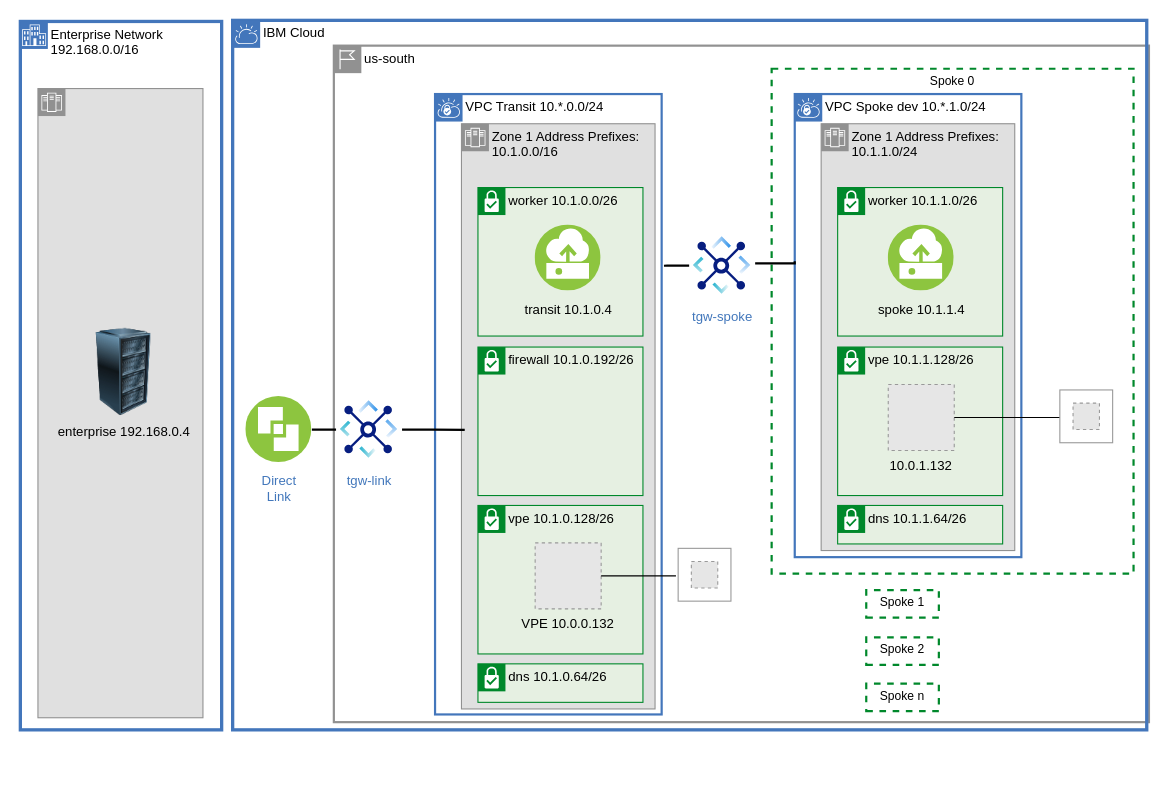
Above: page "vpc-layout" (3 of 15) of diagrams/vpc-transit.drawio in ibm-cloud-docs/solution-tutorials (draw.io), before the change. Source tidied: cells renumbered, new cells numbered last; positions are measured from the earlier drawing's top-left corner, leaving out a move shared by most shapes. Both pictures are drawn from the tidied source at 110%, with x=0, y=0 at pixel (20, 20). Pictures stored in the file or linked from it are replaced by grey dashed boxes.
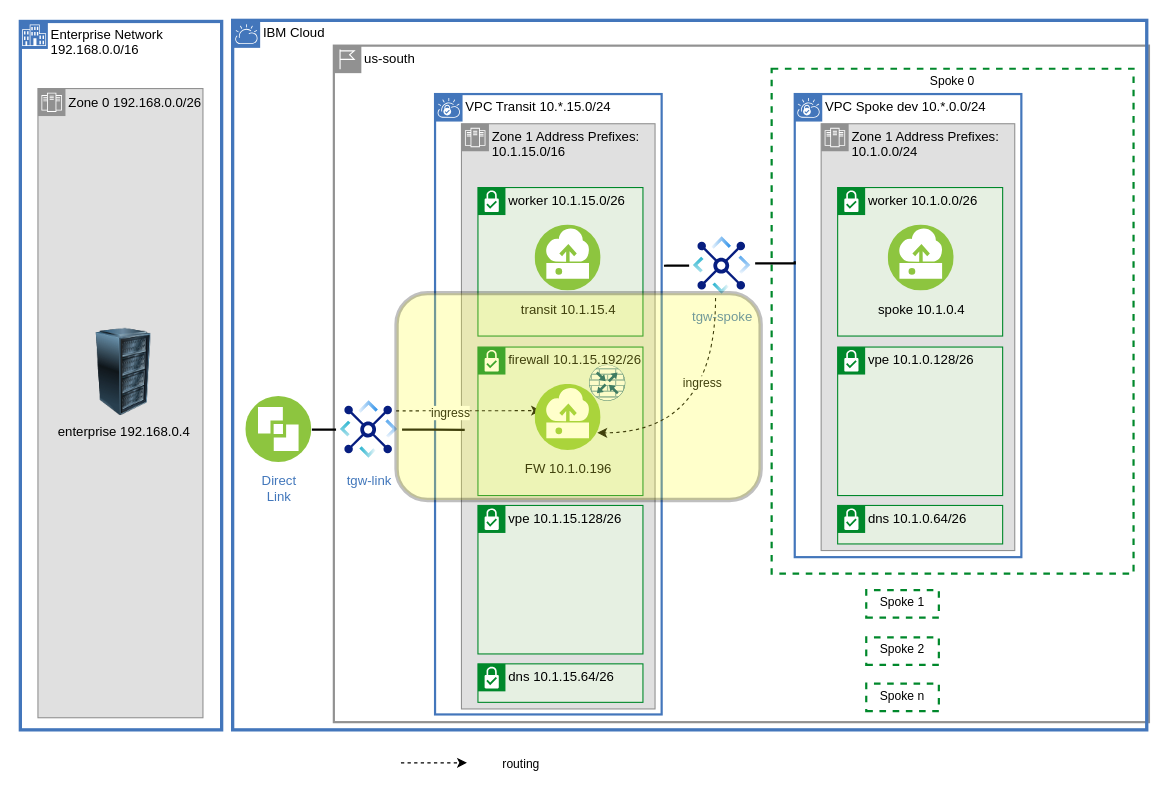
The same diagram, later.

The change refers to these unchanged cells:
```xml
<mxCell id="24" value="tgw-spoke" style="perimeter=ellipsePerimeter;html=1;align=center;shadow=0;dashed=0;fontColor=#4277BB;labelBackgroundColor=#ffffff;fontSize=12;spacingTop=3;image;image=img/lib/ibm/vpc/TransitGateway.svg;labelPadding=0;backgroundOutline=0;" parent="23" vertex="1">
  <mxGeometry x="608" y="193" width="60" height="60" as="geometry" />
</mxCell>
<mxCell id="31" value="tgw-link" style="perimeter=ellipsePerimeter;html=1;align=center;shadow=0;dashed=0;fontColor=#4277BB;labelBackgroundColor=#ffffff;fontSize=12;spacingTop=3;image;image=img/lib/ibm/vpc/TransitGateway.svg;" parent="30" vertex="1">
  <mxGeometry x="287" y="342" width="60" height="60" as="geometry" />
</mxCell>
```

What changed in the source:
```diff
@@
-    <mxCell id="5" value="&lt;span style=&quot;font-weight: normal&quot;&gt;VPC Spoke dev 10.*.1.0/24&lt;/span&gt;" style="shape=mxgraph.ibm.box;prType=vpc;fontStyle=1;verticalAlign=top;align=left;spacingLeft=32;spacingTop=4;fillColor=none;rounded=0;whiteSpace=wrap;html=1;strokeColor=#4376BB;strokeWidth=2;dashed=0;spacing=-4;" parent="1" vertex="1">
+    <mxCell id="5" value="&lt;span style=&quot;font-weight: normal&quot;&gt;VPC Spoke dev 10.*.0.0/24&lt;/span&gt;" style="shape=mxgraph.ibm.box;prType=vpc;fontStyle=1;verticalAlign=top;align=left;spacingLeft=32;spacingTop=4;fillColor=none;rounded=0;whiteSpace=wrap;html=1;strokeColor=#4376BB;strokeWidth=2;dashed=0;spacing=-4;" parent="1" vertex="1">
       <mxGeometry x="704" y="67" width="206" height="421" as="geometry" />
     </mxCell>
-    <mxCell id="6" value="Zone 1 Address Prefixes:&amp;nbsp; 10.1.1.0/24" style="shape=mxgraph.ibm.box;prType=zone;fontStyle=0;verticalAlign=top;align=left;spacingLeft=32;spacingTop=4;fillColor=#E0E0E0;rounded=0;whiteSpace=wrap;html=1;strokeColor=#919191;strokeWidth=1;dashed=0;spacing=-4;" parent="1" vertex="1">
+    <mxCell id="6" value="Zone 1 Address Prefixes:&amp;nbsp; 10.1.0.0/24" style="shape=mxgraph.ibm.box;prType=zone;fontStyle=0;verticalAlign=top;align=left;spacingLeft=32;spacingTop=4;fillColor=#E0E0E0;rounded=0;whiteSpace=wrap;html=1;strokeColor=#919191;strokeWidth=1;dashed=0;spacing=-4;" parent="1" vertex="1">
       <mxGeometry x="728" y="94" width="176" height="388" as="geometry" />
     </mxCell>
-    <mxCell id="7" value="vpe&amp;nbsp;10.1.1.128/26" style="shape=mxgraph.ibm.box;prType=subnet;fontStyle=0;verticalAlign=top;align=left;spacingLeft=32;spacingTop=4;fillColor=#E6F0E2;rounded=0;whiteSpace=wrap;html=1;strokeColor=#00882B;strokeWidth=1;dashed=0;spacing=-4;" parent="1" vertex="1">
+    <mxCell id="7" value="vpe&amp;nbsp;10.1.0.128/26" style="shape=mxgraph.ibm.box;prType=subnet;fontStyle=0;verticalAlign=top;align=left;spacingLeft=32;spacingTop=4;fillColor=#E6F0E2;rounded=0;whiteSpace=wrap;html=1;strokeColor=#00882B;strokeWidth=1;dashed=0;spacing=-4;" parent="1" vertex="1">
       <mxGeometry x="743" y="297" width="150" height="135" as="geometry" />
     </mxCell>
-    <mxCell id="8" value="VPC Transit 10.*.0.0/24" style="shape=mxgraph.ibm.box;prType=vpc;fontStyle=0;verticalAlign=top;align=left;spacingLeft=32;spacingTop=4;fillColor=none;rounded=0;whiteSpace=wrap;html=1;strokeColor=#4376BB;strokeWidth=2;dashed=0;spacing=-4;" parent="1" vertex="1">
+    <mxCell id="8" value="VPC Transit 10.*.15.0/24" style="shape=mxgraph.ibm.box;prType=vpc;fontStyle=0;verticalAlign=top;align=left;spacingLeft=32;spacingTop=4;fillColor=none;rounded=0;whiteSpace=wrap;html=1;strokeColor=#4376BB;strokeWidth=2;dashed=0;spacing=-4;" parent="1" vertex="1">
       <mxGeometry x="377" y="67" width="206" height="564" as="geometry" />
     </mxCell>
-    <mxCell id="9" value="Zone 1 Address Prefixes:&amp;nbsp; 10.1.0.0/16" style="shape=mxgraph.ibm.box;prType=zone;fontStyle=0;verticalAlign=top;align=left;spacingLeft=32;spacingTop=4;fillColor=#E0E0E0;rounded=0;whiteSpace=wrap;html=1;strokeColor=#919191;strokeWidth=1;dashed=0;spacing=-4;" parent="1" vertex="1">
+    <mxCell id="9" value="Zone 1 Address Prefixes:&amp;nbsp; 10.1.15.0/16" style="shape=mxgraph.ibm.box;prType=zone;fontStyle=0;verticalAlign=top;align=left;spacingLeft=32;spacingTop=4;fillColor=#E0E0E0;rounded=0;whiteSpace=wrap;html=1;strokeColor=#919191;strokeWidth=1;dashed=0;spacing=-4;" parent="1" vertex="1">
       <mxGeometry x="401" y="94" width="176" height="532" as="geometry" />
     </mxCell>
-    <mxCell id="10" value="vpe&amp;nbsp;10.1.0.128/26" style="shape=mxgraph.ibm.box;prType=subnet;fontStyle=0;verticalAlign=top;align=left;spacingLeft=32;spacingTop=4;fillColor=#E6F0E2;rounded=0;whiteSpace=wrap;html=1;strokeColor=#00882B;strokeWidth=1;dashed=0;spacing=-4;flipV=0;" parent="1" vertex="1">
+    <mxCell id="10" value="vpe&amp;nbsp;10.1.15.128/26" style="shape=mxgraph.ibm.box;prType=subnet;fontStyle=0;verticalAlign=top;align=left;spacingLeft=32;spacingTop=4;fillColor=#E6F0E2;rounded=0;whiteSpace=wrap;html=1;strokeColor=#00882B;strokeWidth=1;dashed=0;spacing=-4;flipV=0;" parent="1" vertex="1">
       <mxGeometry x="416" y="441" width="150" height="135" as="geometry" />
     </mxCell>
-    <mxCell id="11" value="firewall&amp;nbsp;10.1.0.192/26" style="shape=mxgraph.ibm.box;prType=subnet;fontStyle=0;verticalAlign=top;align=left;spacingLeft=32;spacingTop=4;fillColor=#E6F0E2;rounded=0;whiteSpace=wrap;html=1;strokeColor=#00882B;strokeWidth=1;dashed=0;spacing=-4;flipV=0;" parent="1" vertex="1">
+    <mxCell id="11" value="firewall&amp;nbsp;10.1.15.192/26" style="shape=mxgraph.ibm.box;prType=subnet;fontStyle=0;verticalAlign=top;align=left;spacingLeft=32;spacingTop=4;fillColor=#E6F0E2;rounded=0;whiteSpace=wrap;html=1;strokeColor=#00882B;strokeWidth=1;dashed=0;spacing=-4;flipV=0;" parent="1" vertex="1">
       <mxGeometry x="416" y="297" width="150" height="135" as="geometry" />
     </mxCell>
@@
-    <mxCell id="14" value="worker 10.1.1.0/26" style="shape=mxgraph.ibm.box;prType=subnet;fontStyle=0;verticalAlign=top;align=left;spacingLeft=32;spacingTop=4;fillColor=#E6F0E2;rounded=0;whiteSpace=wrap;html=1;strokeColor=#00882B;strokeWidth=1;dashed=0;spacing=-4;" parent="1" vertex="1">
+    <mxCell id="14" value="worker 10.1.0.0/26" style="shape=mxgraph.ibm.box;prType=subnet;fontStyle=0;verticalAlign=top;align=left;spacingLeft=32;spacingTop=4;fillColor=#E6F0E2;rounded=0;whiteSpace=wrap;html=1;strokeColor=#00882B;strokeWidth=1;dashed=0;spacing=-4;" parent="1" vertex="1">
       <mxGeometry x="743" y="152" width="150" height="135" as="geometry" />
     </mxCell>
-    <mxCell id="15" value="worker 10.1.0.0/26" style="shape=mxgraph.ibm.box;prType=subnet;fontStyle=0;verticalAlign=top;align=left;spacingLeft=32;spacingTop=4;fillColor=#E6F0E2;rounded=0;whiteSpace=wrap;html=1;strokeColor=#00882B;strokeWidth=1;dashed=0;spacing=-4;flipV=0;" parent="1" vertex="1">
+    <mxCell id="15" value="worker 10.1.15.0/26" style="shape=mxgraph.ibm.box;prType=subnet;fontStyle=0;verticalAlign=top;align=left;spacingLeft=32;spacingTop=4;fillColor=#E6F0E2;rounded=0;whiteSpace=wrap;html=1;strokeColor=#00882B;strokeWidth=1;dashed=0;spacing=-4;flipV=0;" parent="1" vertex="1">
       <mxGeometry x="416" y="152" width="150" height="135" as="geometry" />
     </mxCell>
@@
-    <mxCell id="20" value="dns 10.1.0.64/26" style="shape=mxgraph.ibm.box;prType=subnet;fontStyle=0;verticalAlign=top;align=left;spacingLeft=32;spacingTop=4;fillColor=#E6F0E2;rounded=0;whiteSpace=wrap;html=1;strokeColor=#00882B;strokeWidth=1;dashed=0;spacing=-4;flipV=0;" parent="1" vertex="1">
+    <mxCell id="20" value="dns 10.1.15.64/26" style="shape=mxgraph.ibm.box;prType=subnet;fontStyle=0;verticalAlign=top;align=left;spacingLeft=32;spacingTop=4;fillColor=#E6F0E2;rounded=0;whiteSpace=wrap;html=1;strokeColor=#00882B;strokeWidth=1;dashed=0;spacing=-4;flipV=0;" parent="1" vertex="1">
       <mxGeometry x="416" y="585" width="150" height="35" as="geometry" />
     </mxCell>
-    <mxCell id="21" value="dns 10.1.1.64/26" style="shape=mxgraph.ibm.box;prType=subnet;fontStyle=0;verticalAlign=top;align=left;spacingLeft=32;spacingTop=4;fillColor=#E6F0E2;rounded=0;whiteSpace=wrap;html=1;strokeColor=#00882B;strokeWidth=1;dashed=0;spacing=-4;flipV=0;" parent="1" vertex="1">
+    <mxCell id="21" value="dns 10.1.0.64/26" style="shape=mxgraph.ibm.box;prType=subnet;fontStyle=0;verticalAlign=top;align=left;spacingLeft=32;spacingTop=4;fillColor=#E6F0E2;rounded=0;whiteSpace=wrap;html=1;strokeColor=#00882B;strokeWidth=1;dashed=0;spacing=-4;flipV=0;" parent="1" vertex="1">
       <mxGeometry x="743" y="441" width="150" height="35" as="geometry" />
     </mxCell>
@@
+    <mxCell id="46" value="&lt;span style=&quot;font-size: 12px; text-align: left;&quot;&gt;Zone 0 192.168.0.0/26&lt;/span&gt;" style="text;html=1;align=center;verticalAlign=middle;strokeColor=none;fillColor=none;fontSize=11;fontFamily=Helvetica;fontColor=default;" parent="1" vertex="1">
+      <mxGeometry x="34" y="62" width="139" height="26" as="geometry" />
+    </mxCell>
@@
-    <mxCell id="27" value="spoke 10.1.1.4" style="perimeter=ellipsePerimeter;html=1;align=center;shadow=0;dashed=0;fontColor=black;fontSize=12;spacingTop=3;image;image=img/lib/ibm/vpc/Instance.svg;overflow=visible;noLabel=0;labelBackgroundColor=none;" parent="26" vertex="1">
+    <mxCell id="27" value="spoke 10.1.0.4" style="perimeter=ellipsePerimeter;html=1;align=center;shadow=0;dashed=0;fontColor=black;fontSize=12;spacingTop=3;image;image=img/lib/ibm/vpc/Instance.svg;overflow=visible;noLabel=0;labelBackgroundColor=none;" parent="26" vertex="1">
       <mxGeometry x="789" y="186" width="60" height="60" as="geometry" />
     </mxCell>
-    <mxCell id="28" value="transit 10.1.0.4" style="perimeter=ellipsePerimeter;html=1;align=center;shadow=0;dashed=0;fontColor=black;fontSize=12;spacingTop=3;image;image=img/lib/ibm/vpc/Instance.svg;labelBackgroundColor=none;" parent="26" vertex="1">
+    <mxCell id="28" value="transit 10.1.15.4" style="perimeter=ellipsePerimeter;html=1;align=center;shadow=0;dashed=0;fontColor=black;fontSize=12;spacingTop=3;image;image=img/lib/ibm/vpc/Instance.svg;labelBackgroundColor=none;" parent="26" vertex="1">
       <mxGeometry x="468" y="186" width="60" height="60" as="geometry" />
     </mxCell>
@@
-    <mxCell id="35" parent="0" />
-    <mxCell id="36" value="VPE 10.0.0.132" style="fillColor=#E6E6E6;strokeColor=#999999;dashed=1;verticalLabelPosition=bottom;verticalAlign=top;labelBackgroundColor=none;" parent="35" vertex="1">
-      <mxGeometry x="468" y="475" width="60" height="60" as="geometry" />
-    </mxCell>
-    <mxCell id="37" value="10.0.1.132" style="fillColor=#E6E6E6;strokeColor=#999999;dashed=1;verticalLabelPosition=bottom;labelBackgroundColor=none;verticalAlign=top;" parent="35" vertex="1">
-      <mxGeometry x="789" y="331" width="60" height="60" as="geometry" />
-    </mxCell>
-    <mxCell id="38" style="edgeStyle=orthogonalEdgeStyle;shape=connector;rounded=0;jettySize=auto;html=1;labelBackgroundColor=default;strokeColor=default;strokeWidth=1;fontFamily=Helvetica;fontSize=11;fontColor=default;endArrow=none;endFill=0;" parent="35" edge="1" source="37">
-      <mxGeometry relative="1" as="geometry">
-        <mxPoint x="946" y="361" as="targetPoint" />
-      </mxGeometry>
-    </mxCell>
-    <mxCell id="39" style="edgeStyle=orthogonalEdgeStyle;rounded=0;jettySize=auto;html=1;endArrow=none;endFill=0;" parent="35" edge="1" source="36">
-      <mxGeometry relative="1" as="geometry">
-        <mxPoint x="596" y="505" as="targetPoint" />
-      </mxGeometry>
-    </mxCell>
-    <mxCell id="40" style="group;fontFamily=IBM Plex Sans;verticalAlign=top;labelPosition=center;verticalLabelPosition=bottom;align=center;spacingLeft=0;spacingRight=0;spacingBottom=4;whiteSpace=wrap;html=1;fontStyle=0;fontSize=14;strokeOpacity=0;strokeColor=none;strokeWidth=0;spacing=0;" parent="35" vertex="1">
-      <mxGeometry x="598" y="480" width="48" height="48" as="geometry" />
-    </mxCell>
-    <mxCell id="41" style="moveable=0;rounded=0;whiteSpace=wrap;html=1;spacingLeft=0;verticalAlign=top;fontFamily=IBM Plex Sans;fontSize=14;align=center;spacingBottom=0;spacingRight=0;labelPosition=center;verticalLabelPosition=bottom;spacing=0;strokeColor=#999999;" parent="40" vertex="1">
-      <mxGeometry width="48" height="48" as="geometry" />
-    </mxCell>
-    <mxCell id="42" style="fillColor=#E6E6E6;strokeColor=#999999;dashed=1;verticalLabelPosition=bottom;labelBackgroundColor=default;verticalAlign=top;" parent="40" vertex="1">
-      <mxGeometry x="12" y="12" width="24" height="24" as="geometry" />
-    </mxCell>
-    <mxCell id="43" style="group;fontFamily=IBM Plex Sans;verticalAlign=top;labelPosition=center;verticalLabelPosition=bottom;align=center;spacingLeft=0;spacingRight=0;spacingBottom=4;whiteSpace=wrap;html=1;fontStyle=0;fontSize=14;strokeOpacity=0;strokeColor=none;strokeWidth=0;spacing=0;" parent="35" vertex="1">
-      <mxGeometry x="945" y="336" width="48" height="48" as="geometry" />
-    </mxCell>
-    <mxCell id="44" style="moveable=0;rounded=0;whiteSpace=wrap;html=1;spacingLeft=0;verticalAlign=top;fontFamily=IBM Plex Sans;fontSize=14;align=center;spacingBottom=0;spacingRight=0;labelPosition=center;verticalLabelPosition=bottom;spacing=0;strokeColor=#999999;" parent="43" vertex="1">
-      <mxGeometry width="48" height="48" as="geometry" />
-    </mxCell>
-    <mxCell id="45" style="fillColor=#E6E6E6;strokeColor=#999999;dashed=1;verticalLabelPosition=bottom;labelBackgroundColor=default;verticalAlign=top;" parent="43" vertex="1">
-      <mxGeometry x="12" y="12" width="24" height="24" as="geometry" />
-    </mxCell>
+    <mxCell id="47" parent="0" />
+    <mxCell id="48" style="edgeStyle=orthogonalEdgeStyle;shape=connector;curved=1;rounded=0;jettySize=auto;html=1;entryX=1;entryY=0.5;entryDx=0;entryDy=0;dashed=1;labelBackgroundColor=default;strokeColor=default;strokeWidth=1;fontFamily=Helvetica;fontSize=11;fontColor=default;endArrow=classic;endFill=1;" parent="47" edge="1" source="24">
+      <mxGeometry relative="1" as="geometry">
+        <mxPoint x="524.5" y="375" as="targetPoint" />
+        <Array as="points">
+          <mxPoint x="632" y="375" />
+        </Array>
+      </mxGeometry>
+    </mxCell>
+    <mxCell id="49" value="ingress" style="edgeLabel;html=1;align=center;verticalAlign=middle;fontSize=11;fontFamily=Helvetica;fontColor=default;" parent="48" vertex="1">
+      <mxGeometry x="-0.31" y="-13" relative="1" as="geometry">
+        <mxPoint y="-2" as="offset" />
+      </mxGeometry>
+    </mxCell>
+    <mxCell id="50" style="edgeStyle=orthogonalEdgeStyle;shape=connector;curved=1;rounded=0;jettySize=auto;html=1;entryX=0;entryY=0;entryDx=0;entryDy=0;dashed=1;labelBackgroundColor=default;strokeColor=default;strokeWidth=1;fontFamily=Helvetica;fontSize=11;fontColor=default;endArrow=classic;endFill=1;" parent="47" edge="1" source="31">
+      <mxGeometry relative="1" as="geometry">
+        <mxPoint x="473.3" y="354.8" as="targetPoint" />
+        <Array as="points">
+          <mxPoint x="355" y="355" />
+          <mxPoint x="355" y="355" />
+        </Array>
+      </mxGeometry>
+    </mxCell>
+    <mxCell id="51" value="ingress" style="edgeLabel;html=1;align=center;verticalAlign=middle;fontSize=11;fontFamily=Helvetica;fontColor=default;" parent="50" vertex="1">
+      <mxGeometry x="-0.26" y="-2" relative="1" as="geometry" />
+    </mxCell>
+    <mxCell id="52" value="FW 10.1.0.196" style="perimeter=ellipsePerimeter;html=1;align=center;shadow=0;dashed=0;fontColor=black;fontSize=12;spacingTop=3;image;image=img/lib/ibm/vpc/Instance.svg;overflow=visible;noLabel=0;labelBackgroundColor=none;" parent="47" vertex="1">
+      <mxGeometry x="468" y="331" width="60" height="60" as="geometry" />
+    </mxCell>
+    <mxCell id="53" style="sketch=0;verticalLabelPosition=bottom;html=1;verticalAlign=top;align=center;shape=mxgraph.cisco19.rect;prIcon=router_with_firewall;fillColor=#FAFAFA;strokeColor=#005073;shadow=0;dashed=0;labelBackgroundColor=none;fontFamily=Helvetica;fontSize=12;fontColor=black;" parent="47" vertex="1">
+      <mxGeometry x="517" y="313" width="33" height="33" as="geometry" />
+    </mxCell>
+    <mxCell id="54" style="shape=connector;rounded=0;orthogonalLoop=1;jettySize=auto;html=1;dashed=1;labelBackgroundColor=default;strokeColor=default;strokeWidth=1;fontFamily=Helvetica;fontSize=11;fontColor=default;endArrow=classic;endFill=1;" parent="47" edge="1">
+      <mxGeometry relative="1" as="geometry">
+        <mxPoint x="346" y="675" as="sourcePoint" />
+        <mxPoint x="406" y="675" as="targetPoint" />
+      </mxGeometry>
+    </mxCell>
+    <mxCell id="55" value="routing" style="text;html=1;align=center;verticalAlign=middle;strokeColor=none;fillColor=none;fontSize=11;fontFamily=Helvetica;fontColor=default;" parent="47" vertex="1">
+      <mxGeometry x="429" y="663" width="52" height="25" as="geometry" />
+    </mxCell>
+    <mxCell id="56" parent="0" />
+    <mxCell id="57" style="rounded=1;whiteSpace=wrap;html=1;fontFamily=Helvetica;fontSize=11;fillColor=#FFFF33;strokeColor=#000000;opacity=25;strokeWidth=4;" parent="56" vertex="1">
+      <mxGeometry x="342" y="248" width="331" height="188" as="geometry" />
+    </mxCell>
```
